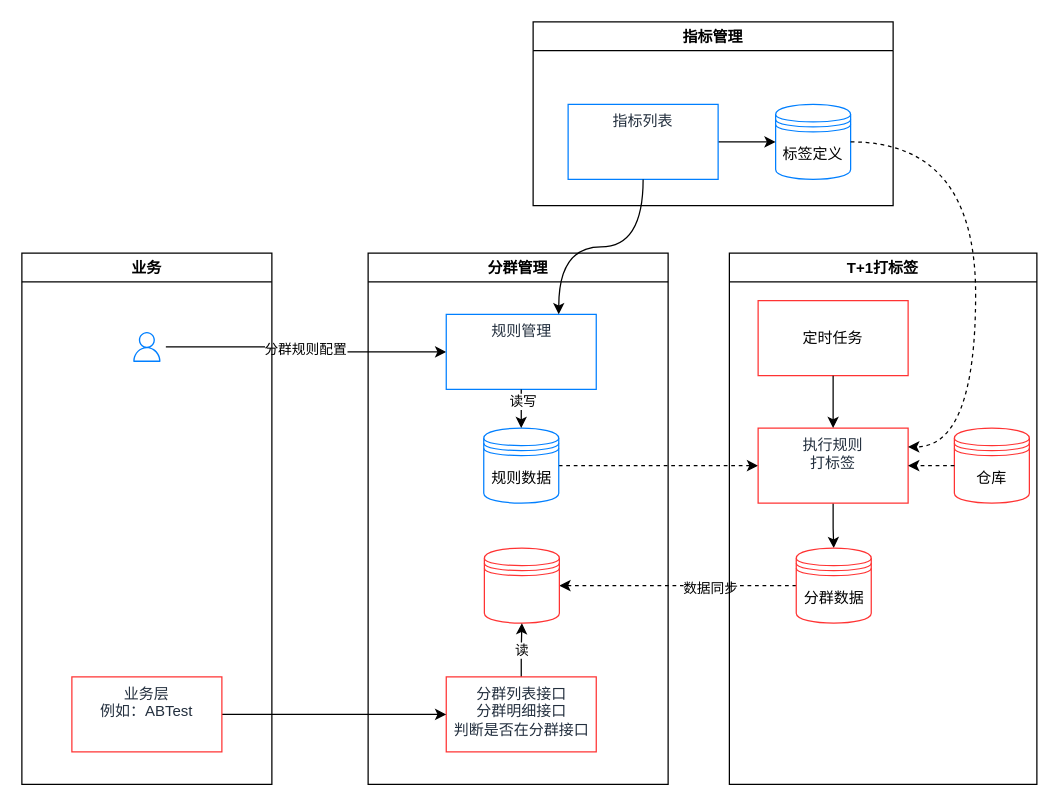
Above: page "第 2 页" (1 of 3) of 用户分群.drawio in chenjinying1988/diagrams (draw.io), before the change. Source tidied: cells renumbered, new cells numbered last; positions are measured from the earlier drawing's top-left corner, leaving out a move shared by most shapes. Both pictures are drawn from the tidied source at 125%, with x=0, y=0 at pixel (21, 21).
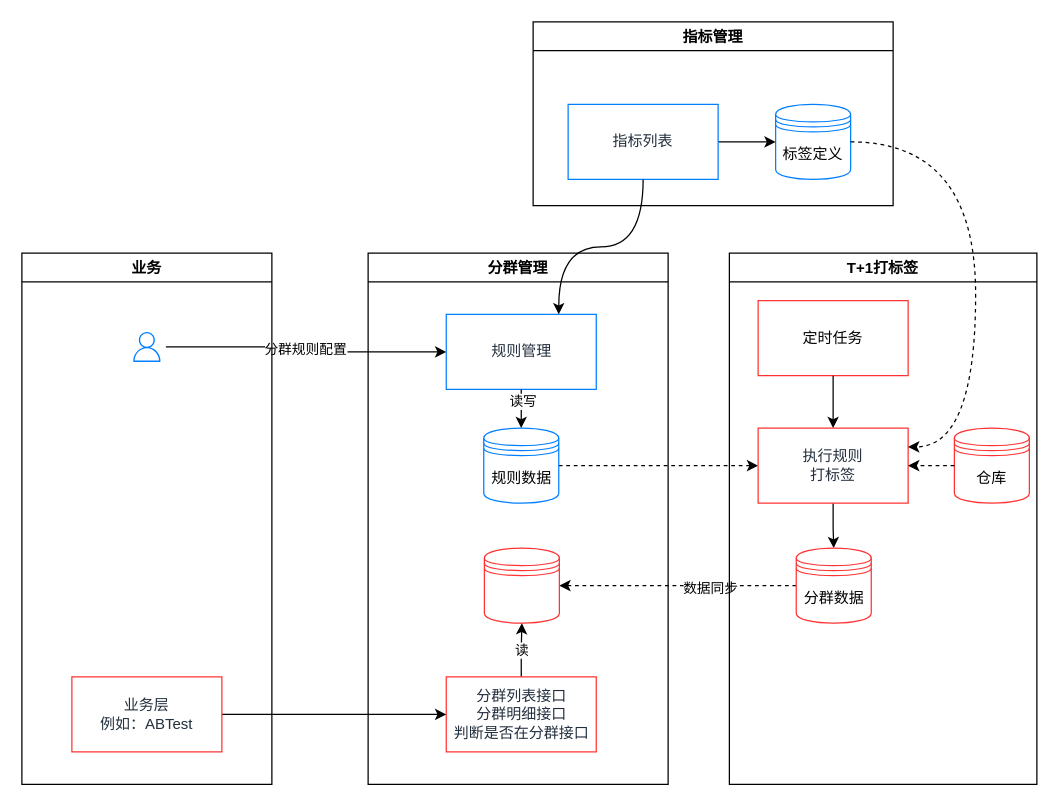
Above is the later version.

Commit message:
更新用户分群.drawio

The change refers to these unchanged cells:
```xml
<mxCell id="7" value="分群管理" style="swimlane;" parent="1" vertex="1">
  <mxGeometry x="277" y="185" width="240" height="425" as="geometry" />
</mxCell>
<mxCell id="16" value="业务" style="swimlane;" parent="1" vertex="1">
  <mxGeometry y="185" width="200" height="425" as="geometry" />
</mxCell>
<mxCell id="19" value="T+1打标签" style="swimlane;" parent="1" vertex="1">
  <mxGeometry x="566" y="185" width="246" height="425" as="geometry" />
</mxCell>
<mxCell id="27" value="指标管理" style="swimlane;" parent="1" vertex="1">
  <mxGeometry x="409" width="288" height="147" as="geometry" />
</mxCell>
```

Diff of the diagram source:
```diff
@@
-    <mxCell id="8" value="规则管理" style="whiteSpace=wrap;html=1;verticalAlign=top;fillColor=#ffffff;strokeColor=#007FFF;fontColor=#232F3E;sketch=0;gradientColor=none;dashed=0;fontStyle=0;strokeWidth=1;" parent="7" vertex="1">
+    <mxCell id="8" value="规则管理" style="whiteSpace=wrap;html=1;verticalAlign=middle;fillColor=#ffffff;strokeColor=#007FFF;fontColor=#232F3E;sketch=0;gradientColor=none;dashed=0;fontStyle=0;strokeWidth=1;" parent="7" vertex="1">
       <mxGeometry x="62.5" y="49" width="120" height="60" as="geometry" />
     </mxCell>
@@
-    <mxCell id="14" value="分群列表接口&lt;br&gt;分群明细接口&lt;br&gt;判断是否在分群接口" style="whiteSpace=wrap;html=1;verticalAlign=top;fillColor=#ffffff;strokeColor=#FF3333;fontColor=#232F3E;sketch=0;gradientColor=none;dashed=0;fontStyle=0;strokeWidth=1;" parent="7" vertex="1">
+    <mxCell id="14" value="分群列表接口&lt;br&gt;分群明细接口&lt;br&gt;判断是否在分群接口" style="whiteSpace=wrap;html=1;verticalAlign=middle;fillColor=#ffffff;strokeColor=#FF3333;fontColor=#232F3E;sketch=0;gradientColor=none;dashed=0;fontStyle=0;strokeWidth=1;" parent="7" vertex="1">
       <mxGeometry x="62.5" y="339" width="120" height="60" as="geometry" />
     </mxCell>
@@
-    <mxCell id="17" value="业务层&lt;br&gt;例如：ABTest" style="whiteSpace=wrap;html=1;verticalAlign=top;fillColor=#ffffff;strokeColor=#FF3333;fontColor=#232F3E;sketch=0;gradientColor=none;dashed=0;fontStyle=0;strokeWidth=1;" parent="16" vertex="1">
+    <mxCell id="17" value="业务层&lt;br&gt;例如：ABTest" style="whiteSpace=wrap;html=1;verticalAlign=middle;fillColor=#ffffff;strokeColor=#FF3333;fontColor=#232F3E;sketch=0;gradientColor=none;dashed=0;fontStyle=0;strokeWidth=1;" parent="16" vertex="1">
       <mxGeometry x="40" y="339" width="120" height="60" as="geometry" />
     </mxCell>
@@
-    <mxCell id="21" value="执行规则&lt;br&gt;打标签" style="whiteSpace=wrap;html=1;verticalAlign=top;fillColor=#ffffff;strokeColor=#FF3333;fontColor=#232F3E;sketch=0;gradientColor=none;dashed=0;fontStyle=0;strokeWidth=1;" parent="19" vertex="1">
+    <mxCell id="21" value="执行规则&lt;br&gt;打标签" style="whiteSpace=wrap;html=1;verticalAlign=middle;fillColor=#ffffff;strokeColor=#FF3333;fontColor=#232F3E;sketch=0;gradientColor=none;dashed=0;fontStyle=0;strokeWidth=1;" parent="19" vertex="1">
       <mxGeometry x="23" y="140" width="120" height="60" as="geometry" />
     </mxCell>
@@
-    <mxCell id="25" value="定时任务" style="rounded=0;whiteSpace=wrap;html=1;strokeColor=#FF3333;" parent="19" vertex="1">
+    <mxCell id="25" value="定时任务" style="rounded=0;whiteSpace=wrap;html=1;strokeColor=#FF3333;verticalAlign=middle;" parent="19" vertex="1">
       <mxGeometry x="23" y="38" width="120" height="60" as="geometry" />
     </mxCell>
@@
-    <mxCell id="30" value="指标列表" style="whiteSpace=wrap;html=1;verticalAlign=top;fillColor=#ffffff;strokeColor=#007FFF;fontColor=#232F3E;sketch=0;gradientColor=none;dashed=0;fontStyle=0;strokeWidth=1;" parent="27" vertex="1">
+    <mxCell id="30" value="指标列表" style="whiteSpace=wrap;html=1;verticalAlign=middle;fillColor=#ffffff;strokeColor=#007FFF;fontColor=#232F3E;sketch=0;gradientColor=none;dashed=0;fontStyle=0;strokeWidth=1;" parent="27" vertex="1">
       <mxGeometry x="28" y="66" width="120" height="60" as="geometry" />
     </mxCell>
```
